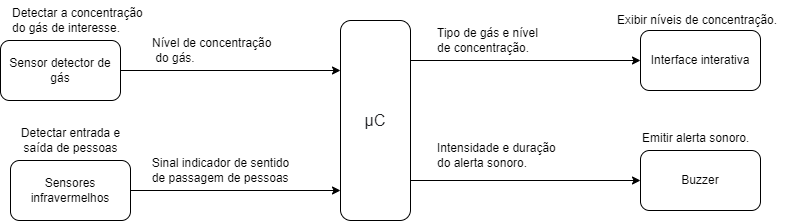
This is 2022.2/Gas Leak Safety System/Gas_Safety_Sys.drawio.png from vm-bertini/ea075-2023.1, a draw.io export, as it was before one commit. Source tidied: cells renumbered, new cells last; positions are measured from the earlier drawing's top-left corner, leaving out a move shared by most shapes. The source it was exported from:
```xml
<mxGraphModel>
  <root>
    <mxCell id="0" />
    <mxCell id="1" parent="0" />
    <mxCell id="2" style="edgeStyle=orthogonalEdgeStyle;rounded=0;jettySize=auto;html=1;exitX=1;exitY=0.5;exitDx=0;exitDy=0;entryX=0;entryY=0.5;entryDx=0;entryDy=0;" parent="1" edge="1" source="3" target="14">
      <mxGeometry relative="1" as="geometry">
        <Array as="points">
          <mxPoint x="410" y="180" />
          <mxPoint x="640" y="180" />
        </Array>
      </mxGeometry>
    </mxCell>
    <mxCell id="3" value="&lt;span style=&quot;color: rgb(32, 33, 36); font-family: arial, sans-serif; font-size: 16px; text-align: left; background-color: rgb(255, 255, 255);&quot;&gt;μC&lt;/span&gt;" style="rounded=1;whiteSpace=wrap;html=1;" parent="1" vertex="1">
      <mxGeometry x="340" y="20" width="70" height="200" as="geometry" />
    </mxCell>
    <mxCell id="4" value="Interface interativa" style="rounded=1;whiteSpace=wrap;html=1;" parent="1" vertex="1">
      <mxGeometry x="640" y="30" width="120" height="60" as="geometry" />
    </mxCell>
    <mxCell id="5" value="Tipo de gás e nível &lt;br&gt;de concentração." style="text;html=1;align=left;verticalAlign=middle;strokeColor=none;fillColor=none;" parent="1" vertex="1">
      <mxGeometry x="435" y="20" width="120" height="40" as="geometry" />
    </mxCell>
    <mxCell id="6" value="Sensor detector de gás" style="rounded=1;whiteSpace=wrap;html=1;" parent="1" vertex="1">
      <mxGeometry y="40" width="120" height="60" as="geometry" />
    </mxCell>
    <mxCell id="7" value="Detectar a concentração&lt;br&gt;do gás de interesse." style="text;html=1;align=left;verticalAlign=middle;strokeColor=none;fillColor=none;" parent="1" vertex="1">
      <mxGeometry x="10" width="150" height="40" as="geometry" />
    </mxCell>
    <mxCell id="8" value="Nível de concentração&lt;br&gt;&amp;nbsp;do gás." style="text;html=1;align=left;verticalAlign=middle;strokeColor=none;fillColor=none;" parent="1" vertex="1">
      <mxGeometry x="150" y="30" width="140" height="40" as="geometry" />
    </mxCell>
    <mxCell id="9" value="Exibir níveis de concentração." style="text;html=1;align=left;verticalAlign=middle;strokeColor=none;fillColor=none;" parent="1" vertex="1">
      <mxGeometry x="615" y="5" width="180" height="30" as="geometry" />
    </mxCell>
    <mxCell id="10" style="edgeStyle=orthogonalEdgeStyle;rounded=0;jettySize=auto;html=1;exitX=1;exitY=0.5;exitDx=0;exitDy=0;" parent="1" edge="1" source="11" target="3">
      <mxGeometry relative="1" as="geometry">
        <Array as="points">
          <mxPoint x="130" y="190" />
        </Array>
      </mxGeometry>
    </mxCell>
    <mxCell id="11" value="Sensores infravermelhos" style="rounded=1;whiteSpace=wrap;html=1;" parent="1" vertex="1">
      <mxGeometry x="10" y="160" width="120" height="60" as="geometry" />
    </mxCell>
    <mxCell id="12" value="Detectar entrada e &lt;br&gt;saída de pessoas" style="text;html=1;align=center;verticalAlign=middle;strokeColor=none;fillColor=none;" parent="1" vertex="1">
      <mxGeometry x="10" y="120" width="120" height="40" as="geometry" />
    </mxCell>
    <mxCell id="13" value="Sinal indicador de sentido &lt;br&gt;&lt;div style=&quot;text-align: left;&quot;&gt;&lt;span style=&quot;background-color: initial;&quot;&gt;de&lt;/span&gt;&lt;span style=&quot;background-color: initial;&quot;&gt;&amp;nbsp;passagem&amp;nbsp;&lt;/span&gt;&lt;span style=&quot;background-color: initial;&quot;&gt;de pessoas&lt;/span&gt;&lt;/div&gt;" style="text;html=1;align=center;verticalAlign=middle;strokeColor=none;fillColor=none;" parent="1" vertex="1">
      <mxGeometry x="140" y="150" width="160" height="40" as="geometry" />
    </mxCell>
    <mxCell id="14" value="Buzzer" style="rounded=1;whiteSpace=wrap;html=1;" parent="1" vertex="1">
      <mxGeometry x="640" y="150" width="120" height="60" as="geometry" />
    </mxCell>
    <mxCell id="15" value="&lt;br&gt;Emitir alerta sonoro." style="text;html=1;align=left;verticalAlign=middle;strokeColor=none;fillColor=none;" parent="1" vertex="1">
      <mxGeometry x="640" y="110" width="130" height="40" as="geometry" />
    </mxCell>
    <mxCell id="16" value="Intensidade e duração&amp;nbsp;&lt;br&gt;do alerta sonoro." style="text;html=1;align=left;verticalAlign=middle;strokeColor=none;fillColor=none;" parent="1" vertex="1">
      <mxGeometry x="435" y="135" width="150" height="40" as="geometry" />
    </mxCell>
    <mxCell id="17" style="endArrow=classic;html=1;rounded=0;exitX=1;exitY=0.5;exitDx=0;exitDy=0;" parent="1" edge="1" source="6">
      <mxGeometry relative="1" as="geometry">
        <mxPoint x="340" y="70" as="targetPoint" />
      </mxGeometry>
    </mxCell>
    <mxCell id="18" style="edgeStyle=orthogonalEdgeStyle;rounded=0;orthogonalLoop=1;jettySize=auto;html=1;entryX=0;entryY=0.5;entryDx=0;entryDy=0;" parent="1" edge="1">
      <mxGeometry relative="1" as="geometry">
        <mxPoint x="410" y="60" as="sourcePoint" />
        <mxPoint x="640" y="60" as="targetPoint" />
        <Array as="points">
          <mxPoint x="410" y="60" />
        </Array>
      </mxGeometry>
    </mxCell>
  </root>
</mxGraphModel>
```
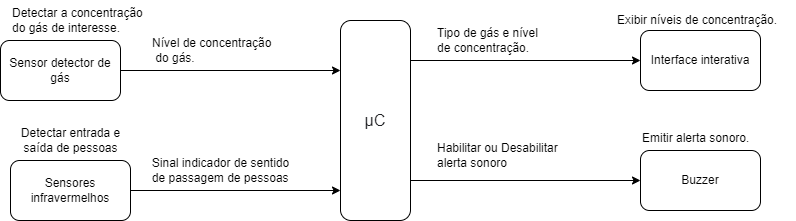
After the commit.

What changed in the source:
```diff
@@ -53,8 +53,8 @@
     <mxCell id="15" value="&lt;br&gt;Emitir alerta sonoro." style="text;html=1;align=left;verticalAlign=middle;strokeColor=none;fillColor=none;" parent="1" vertex="1">
       <mxGeometry x="640" y="110" width="130" height="40" as="geometry" />
     </mxCell>
-    <mxCell id="16" value="Intensidade e duração&amp;nbsp;&lt;br&gt;do alerta sonoro." style="text;html=1;align=left;verticalAlign=middle;strokeColor=none;fillColor=none;" parent="1" vertex="1">
-      <mxGeometry x="435" y="135" width="150" height="40" as="geometry" />
+    <mxCell id="16" value="Habilitar ou Desabilitar &lt;br&gt;alerta sonoro&amp;nbsp;" style="text;html=1;align=left;verticalAlign=middle;strokeColor=none;fillColor=none;" parent="1" vertex="1">
+      <mxGeometry x="435" y="135" width="140" height="40" as="geometry" />
     </mxCell>
     <mxCell id="17" style="endArrow=classic;html=1;rounded=0;exitX=1;exitY=0.5;exitDx=0;exitDy=0;" parent="1" edge="1" source="6">
       <mxGeometry relative="1" as="geometry">
```
